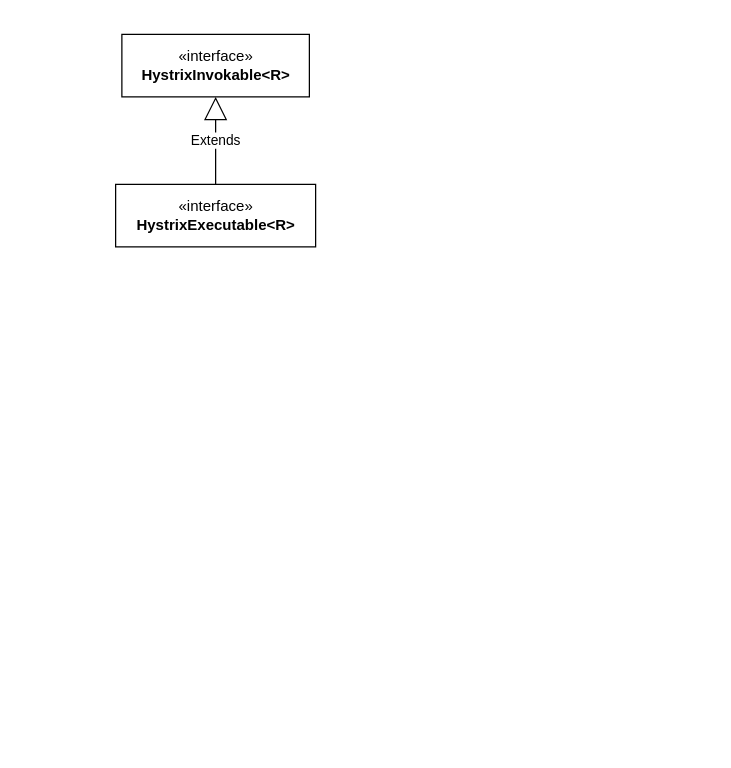
This is page "0 core" (1 of 4) of spring/netflix-hystrix.drawio from tadsimons/draw, a draw.io file, before an edit. Source tidied: cells renumbered, new cells numbered last; positions are measured from the earlier drawing's top-left corner, leaving out a move shared by most shapes. Both pictures are drawn from the tidied source at 125%, with x=0, y=0 at pixel (115, 34).
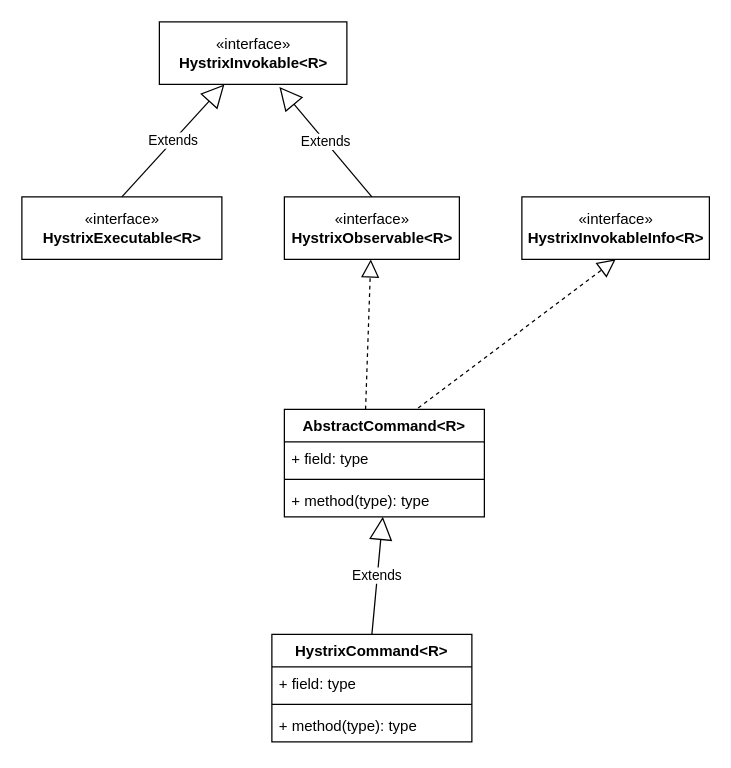
The same diagram, later.

Change to the diagram source:
```diff
@@
 <mxGraphModel>
   <root>
     <mxCell id="0" />
     <mxCell id="1" parent="0" />
     <mxCell id="2" value="«interface»&lt;br&gt;&lt;b&gt;HystrixInvokable&amp;lt;R&amp;gt;&lt;/b&gt;" style="html=1;" parent="1" vertex="1">
-      <mxGeometry x="5" width="150" height="50" as="geometry" />
+      <mxGeometry x="35" y="-10" width="150" height="50" as="geometry" />
     </mxCell>
     <mxCell id="3" value="«interface»&lt;br&gt;&lt;b&gt;HystrixExecutable&amp;lt;R&amp;gt;&lt;/b&gt;" style="html=1;" parent="1" vertex="1">
-      <mxGeometry y="120" width="160" height="50" as="geometry" />
+      <mxGeometry x="-75" y="130" width="160" height="50" as="geometry" />
     </mxCell>
-    <mxCell id="4" value="Extends" style="endArrow=block;endSize=16;endFill=0;html=1;entryX=0.5;entryY=1;entryDx=0;entryDy=0;exitX=0.5;exitY=0;exitDx=0;exitDy=0;" parent="1" edge="1" source="3" target="2">
+    <mxCell id="4" value="Extends" style="endArrow=block;endSize=16;endFill=0;html=1;entryX=0.347;entryY=1;entryDx=0;entryDy=0;exitX=0.5;exitY=0;exitDx=0;exitDy=0;entryPerimeter=0;" parent="1" edge="1" source="3" target="2">
       <mxGeometry relative="1" as="geometry" />
     </mxCell>
+    <mxCell id="5" value="«interface»&lt;br&gt;&lt;b&gt;HystrixObservable&amp;lt;R&amp;gt;&lt;/b&gt;" style="html=1;" parent="1" vertex="1">
+      <mxGeometry x="135" y="130" width="140" height="50" as="geometry" />
+    </mxCell>
+    <mxCell id="6" value="Extends" style="endArrow=block;endSize=16;endFill=0;html=1;entryX=0.64;entryY=1.04;entryDx=0;entryDy=0;entryPerimeter=0;exitX=0.5;exitY=0;exitDx=0;exitDy=0;" parent="1" edge="1" source="5" target="2">
+      <mxGeometry relative="1" as="geometry" />
+    </mxCell>
+    <mxCell id="7" value="«interface»&lt;br&gt;&lt;b&gt;HystrixInvokableInfo&amp;lt;R&amp;gt;&lt;/b&gt;" style="html=1;" parent="1" vertex="1">
+      <mxGeometry x="325" y="130" width="150" height="50" as="geometry" />
+    </mxCell>
+    <mxCell id="8" value="AbstractCommand&lt;R&gt;" style="swimlane;fontStyle=1;align=center;verticalAlign=top;horizontal=1;startSize=26;" parent="1" vertex="1">
+      <mxGeometry x="135" y="300" width="160" height="86" as="geometry" />
+    </mxCell>
+    <mxCell id="9" value="+ field: type" style="text;strokeColor=none;fillColor=none;align=left;verticalAlign=top;spacingLeft=4;spacingRight=4;overflow=hidden;" parent="8" vertex="1">
+      <mxGeometry y="26" width="160" height="26" as="geometry" />
+    </mxCell>
+    <mxCell id="10" style="line;strokeWidth=1;fillColor=none;align=left;verticalAlign=middle;spacingTop=-1;spacingLeft=3;spacingRight=3;labelPosition=right;" parent="8" vertex="1">
+      <mxGeometry y="52" width="160" height="8" as="geometry" />
+    </mxCell>
+    <mxCell id="11" value="+ method(type): type" style="text;strokeColor=none;fillColor=none;align=left;verticalAlign=top;spacingLeft=4;spacingRight=4;overflow=hidden;points=[[0,0.5],[1,0.5]];portConstraint=eastwest;" parent="8" vertex="1">
+      <mxGeometry y="60" width="160" height="26" as="geometry" />
+    </mxCell>
+    <mxCell id="12" style="endArrow=block;dashed=1;endFill=0;endSize=12;html=1;entryX=0.5;entryY=1;entryDx=0;entryDy=0;exitX=0.669;exitY=-0.012;exitDx=0;exitDy=0;exitPerimeter=0;" parent="1" edge="1" source="8" target="7">
+      <mxGeometry relative="1" as="geometry" />
+    </mxCell>
+    <mxCell id="13" style="endArrow=block;dashed=1;endFill=0;endSize=12;html=1;exitX=0.406;exitY=0;exitDx=0;exitDy=0;exitPerimeter=0;" parent="1" edge="1" source="8" target="5">
+      <mxGeometry relative="1" as="geometry" />
+    </mxCell>
+    <mxCell id="14" value="HystrixCommand&lt;R&gt;" style="swimlane;fontStyle=1;align=center;verticalAlign=top;horizontal=1;startSize=26;" parent="1" vertex="1">
+      <mxGeometry x="125" y="480" width="160" height="86" as="geometry" />
+    </mxCell>
+    <mxCell id="15" value="Extends" style="endArrow=block;endSize=16;endFill=0;html=1;" parent="14" edge="1" target="11">
+      <mxGeometry relative="1" as="geometry">
+        <mxPoint x="80" as="sourcePoint" />
+      </mxGeometry>
+    </mxCell>
+    <mxCell id="16" value="+ field: type" style="text;strokeColor=none;fillColor=none;align=left;verticalAlign=top;spacingLeft=4;spacingRight=4;overflow=hidden;" parent="14" vertex="1">
+      <mxGeometry y="26" width="160" height="26" as="geometry" />
+    </mxCell>
+    <mxCell id="17" style="line;strokeWidth=1;fillColor=none;align=left;verticalAlign=middle;spacingTop=-1;spacingLeft=3;spacingRight=3;labelPosition=right;" parent="14" vertex="1">
+      <mxGeometry y="52" width="160" height="8" as="geometry" />
+    </mxCell>
+    <mxCell id="18" value="+ method(type): type" style="text;strokeColor=none;fillColor=none;align=left;verticalAlign=top;spacingLeft=4;spacingRight=4;overflow=hidden;" parent="14" vertex="1">
+      <mxGeometry y="60" width="160" height="26" as="geometry" />
+    </mxCell>
   </root>
 </mxGraphModel>
```
